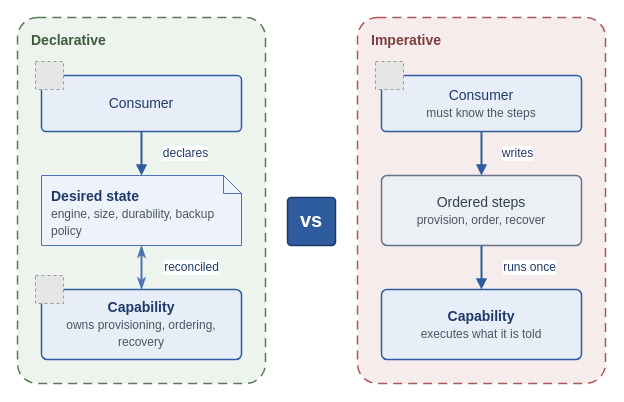
The draw.io diagram page "Fig 7 – Declarative Inputs" (13 of 17) of diagrams/pcf-community-draft.drawio in missBerg/platform-capabilities, before the edit. Source tidied: cells renumbered, new cells numbered last; positions are measured from the earlier drawing's top-left corner, leaving out a move shared by most shapes. Both pictures are drawn from the tidied source at 100%, with x=0, y=0 at pixel (17, 17). Pictures stored in the file or linked from it are replaced by grey dashed boxes.
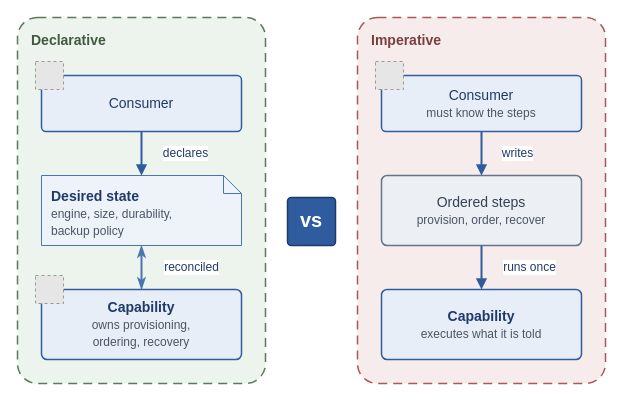
Above is the later version.

Change to the diagram source:
```diff
@@
-    <mxCell id="6" value="&lt;b&gt;Desired state&lt;/b&gt;&lt;br&gt;&lt;font style=&quot;font-size: 12px&quot; color=&quot;#4B5563&quot;&gt;engine, size, durability, backup policy&lt;/font&gt;" style="shape=note;whiteSpace=wrap;html=1;backgroundOutline=1;fillColor=#EEF3F9;strokeColor=#4A75B1;strokeWidth=1;fontColor=#1F3A68;fontFamily=Helvetica;fontSize=14;align=left;verticalAlign=top;spacingLeft=8;spacingTop=6;spacingRight=8;shadow=0;size=18;" parent="1" vertex="1">
+    <mxCell id="6" value="&lt;b&gt;Desired state&lt;/b&gt;&lt;br&gt;&lt;font style=&quot;font-size: 12px&quot; color=&quot;#4B5563&quot;&gt;engine, size, durability,&lt;br&gt;backup policy&lt;/font&gt;" style="shape=note;whiteSpace=wrap;html=1;backgroundOutline=1;fillColor=#EEF3F9;strokeColor=#4A75B1;strokeWidth=1;fontColor=#1F3A68;fontFamily=Helvetica;fontSize=14;align=left;verticalAlign=top;spacingLeft=8;spacingTop=6;spacingRight=8;shadow=0;size=18;" parent="1" vertex="1">
       <mxGeometry x="24" y="158" width="200" height="70" as="geometry" />
     </mxCell>
-    <mxCell id="7" value="&lt;b&gt;Capability&lt;/b&gt;&lt;br&gt;&lt;font style=&quot;font-size: 12px&quot; color=&quot;#4B5563&quot;&gt;owns provisioning, ordering, recovery&lt;/font&gt;" style="rounded=1;whiteSpace=wrap;html=1;arcSize=8;fillColor=#E8EEF7;strokeColor=#2E5C9E;strokeWidth=1.5;fontColor=#1F3A68;fontFamily=Helvetica;fontSize=14;align=center;verticalAlign=middle;shadow=0;" parent="1" vertex="1">
+    <mxCell id="7" value="&lt;b&gt;Capability&lt;/b&gt;&lt;br&gt;&lt;font style=&quot;font-size: 12px&quot; color=&quot;#4B5563&quot;&gt;owns provisioning,&lt;br&gt;ordering, recovery&lt;/font&gt;" style="rounded=1;whiteSpace=wrap;html=1;arcSize=8;fillColor=#E8EEF7;strokeColor=#2E5C9E;strokeWidth=1.5;fontColor=#1F3A68;fontFamily=Helvetica;fontSize=14;align=center;verticalAlign=middle;shadow=0;" parent="1" vertex="1">
       <mxGeometry x="24" y="272" width="200" height="70" as="geometry" />
     </mxCell>
```
